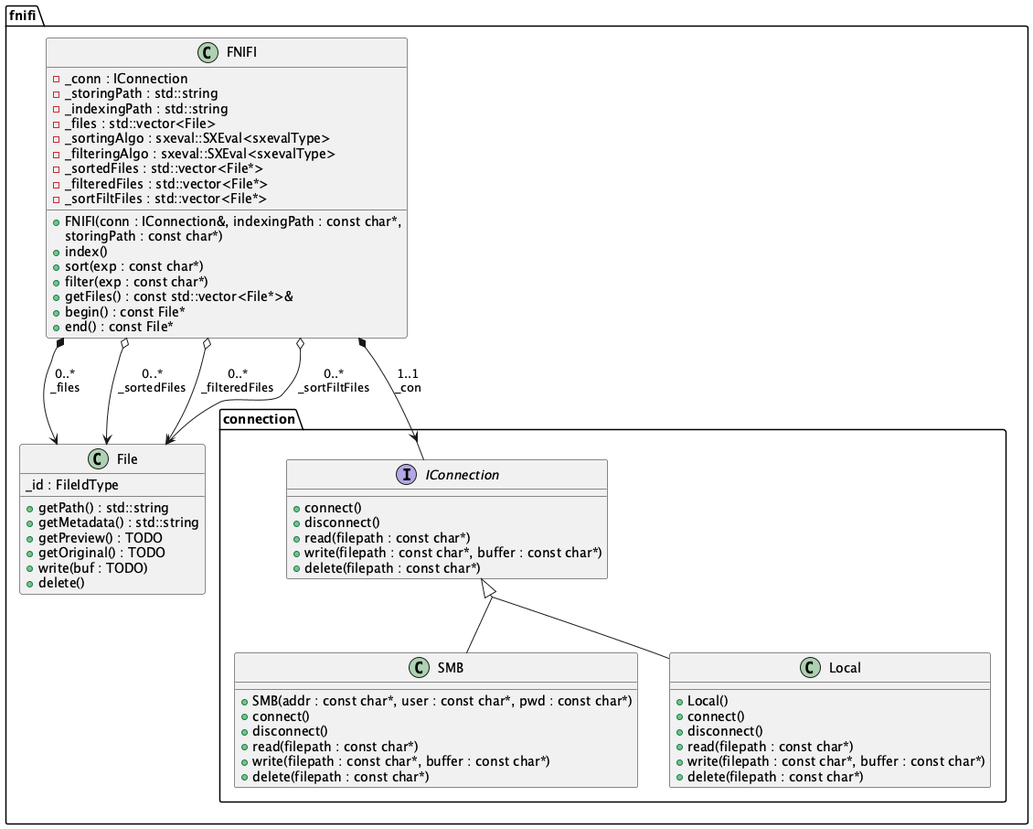
Earlier version of the PlantUML export resources/architecture.png (abadiet/FNIFI).
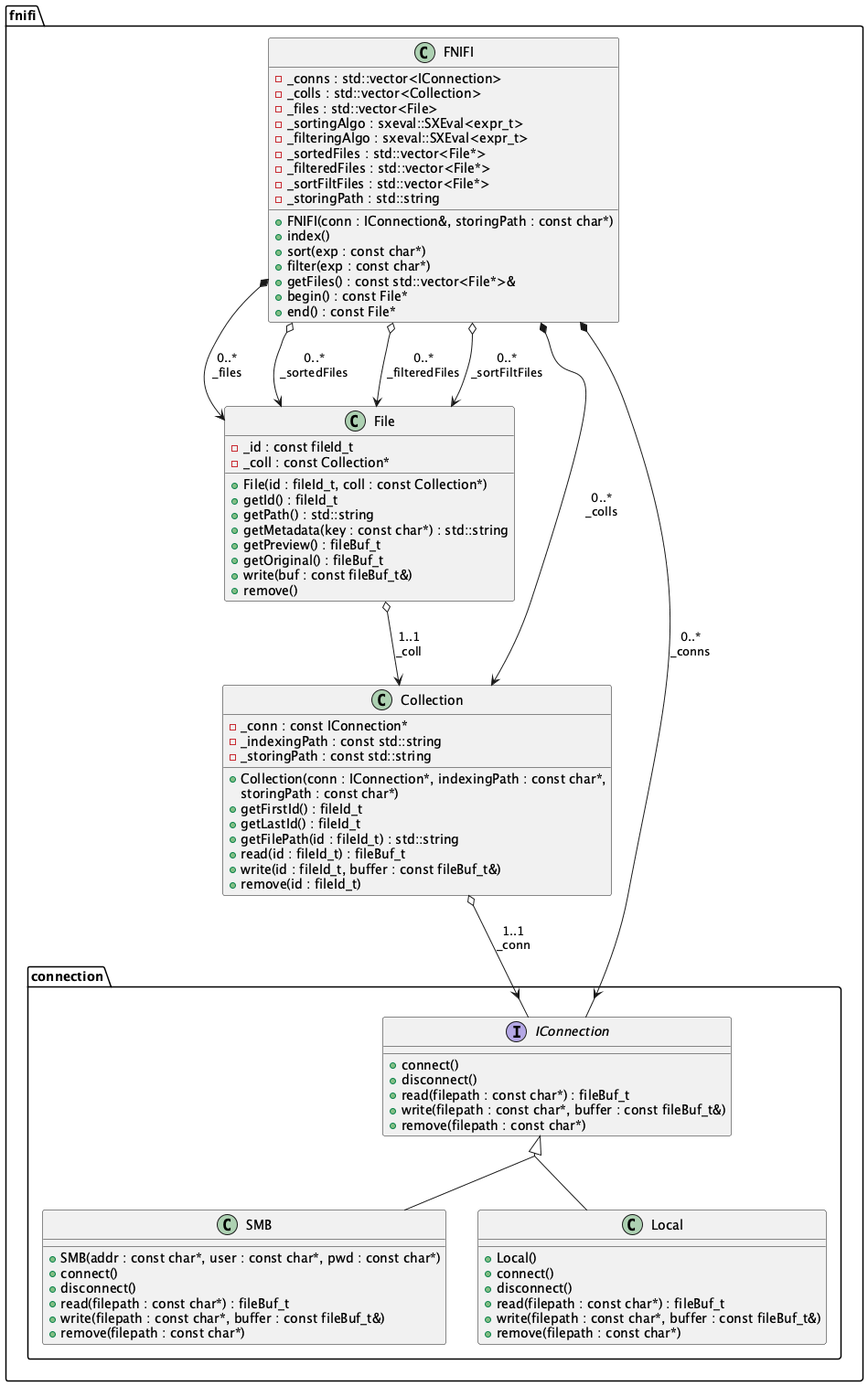
After the commit.

The edit, as a diff of the source:
```diff
@@ -4,17 +4,16 @@
 
 package fnifi {
     class FNIFI {
-        -_conn : IConnection
-        -_storingPath : std::string
-        -_indexingPath : std::string
+        -_conns : std::vector<IConnection>
+        -_colls : std::vector<Collection>
         -_files : std::vector<File>
-        -_sortingAlgo : sxeval::SXEval<sxevalType>
-        -_filteringAlgo : sxeval::SXEval<sxevalType>
+        -_sortingAlgo : sxeval::SXEval<expr_t>
+        -_filteringAlgo : sxeval::SXEval<expr_t>
         -_sortedFiles : std::vector<File*>
         -_filteredFiles : std::vector<File*>
         -_sortFiltFiles : std::vector<File*>
-        +FNIFI(conn : IConnection&, indexingPath : const char*,
-        storingPath : const char*)
+        -_storingPath : std::string
+        +FNIFI(conn : IConnection&, storingPath : const char*)
         +index()
         +sort(exp : const char*)
         +filter(exp : const char*)
@@ -24,48 +23,68 @@
     }
 
     class File {
-        _id : FileIdType
+        -_id : const fileId_t
+        -_coll : const Collection*
+        +File(id : fileId_t, coll : const Collection*)
+        +getId() : fileId_t
         +getPath() : std::string
-        +getMetadata() : std::string
-        +getPreview() : TODO
-        +getOriginal() : TODO
-        +write(buf : TODO)
-        +delete()
+        +getMetadata(key : const char*) : std::string
+        +getPreview() : fileBuf_t
+        +getOriginal() : fileBuf_t
+        +write(buf : const fileBuf_t&)
+        +remove()
+    }
+
+    class Collection {
+        -_conn : const IConnection*
+        -_indexingPath : const std::string
+        -_storingPath : const std::string
+        +Collection(conn : IConnection*, indexingPath : const char*,
+        storingPath : const char*)
+        +getFirstId() : fileId_t
+        +getLastId() : fileId_t
+        +getFilePath(id : fileId_t) : std::string
+        +read(id : fileId_t) : fileBuf_t
+        +write(id : fileId_t, buffer : const fileBuf_t&)
+        +remove(id : fileId_t)
     }
 
     package connection {
         interface IConnection {
             +connect()
             +disconnect()
-            +read(filepath : const char*)
-            +write(filepath : const char*, buffer : const char*)
-            +delete(filepath : const char*)
+            +read(filepath : const char*) : fileBuf_t
+            +write(filepath : const char*, buffer : const fileBuf_t&)
+            +remove(filepath : const char*)
         }
 
         class SMB extends IConnection {
             +SMB(addr : const char*, user : const char*, pwd : const char*)
             +connect()
             +disconnect()
-            +read(filepath : const char*)
-            +write(filepath : const char*, buffer : const char*)
-            +delete(filepath : const char*)
+            +read(filepath : const char*) : fileBuf_t
+            +write(filepath : const char*, buffer : const fileBuf_t&)
+            +remove(filepath : const char*)
         }
 
         class Local extends IConnection {
             +Local()
             +connect()
             +disconnect()
-            +read(filepath : const char*)
-            +write(filepath : const char*, buffer : const char*)
-            +delete(filepath : const char*)
+            +read(filepath : const char*) : fileBuf_t
+            +write(filepath : const char*, buffer : const fileBuf_t&)
+            +remove(filepath : const char*)
         }
     }
 
-    FNIFI *--> IConnection : 1..1\n_con
+    FNIFI *--> IConnection : 0..*\n_conns
+    FNIFI *--> Collection : 0..*\n_colls
     FNIFI *--> File : 0..*\n_files
     FNIFI o--> File : 0..*\n_sortedFiles
     FNIFI o--> File : 0..*\n_filteredFiles
     FNIFI o--> File : 0..*\n_sortFiltFiles
+    File o--> Collection : 1..1\n_coll
+    Collection o--> IConnection : 1..1\n_conn
 }
 
 @enduml
```
